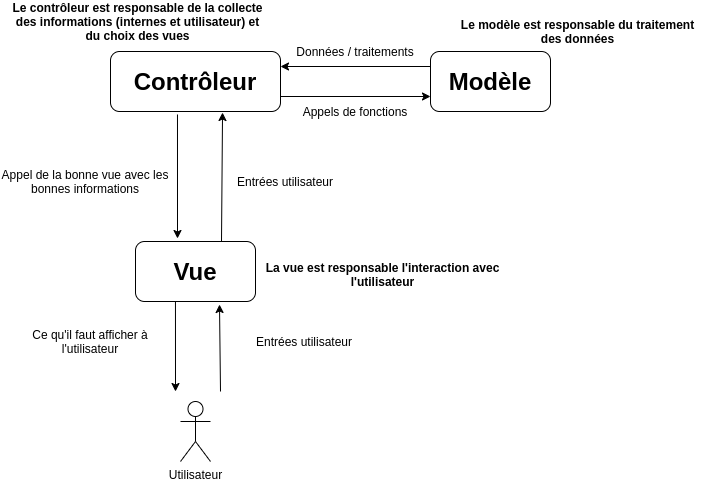
The draw.io diagram MVC.png in PolytechLyon/2020-isi3-mvc-tombefieux, before a commit. Source tidied: cells renumbered, new cells last; positions are measured from the earlier drawing's top-left corner, leaving out a move shared by most shapes.
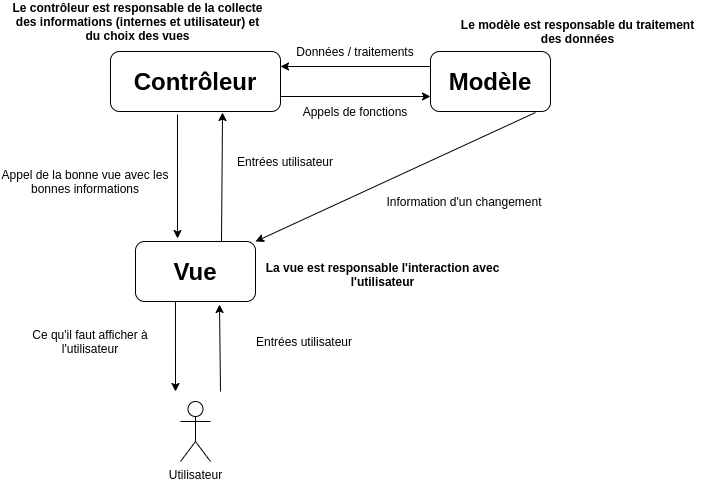
Later version of the same file.

Commit message:
* changing MVC

Diff of the diagram source:
```diff
@@ -51,7 +51,7 @@
       <mxGeometry x="292" y="90" width="126" height="20" as="geometry" />
     </mxCell>
     <mxCell id="16" value="Entrées utilisateur" style="text;html=1;strokeColor=none;fillColor=none;align=center;verticalAlign=middle;whiteSpace=wrap;rounded=0;" parent="1" vertex="1">
-      <mxGeometry x="200" y="160" width="170" height="20" as="geometry" />
+      <mxGeometry x="200" y="140" width="170" height="20" as="geometry" />
     </mxCell>
     <mxCell id="17" value="Appel de la bonne vue avec les bonnes informations" style="text;html=1;strokeColor=none;fillColor=none;align=center;verticalAlign=middle;whiteSpace=wrap;rounded=0;" parent="1" vertex="1">
       <mxGeometry y="160" width="170" height="20" as="geometry" />
@@ -65,5 +65,11 @@
     <mxCell id="20" value="&lt;b&gt;Le modèle est responsable du traitement des données&lt;/b&gt;" style="text;html=1;strokeColor=none;fillColor=none;align=center;verticalAlign=middle;whiteSpace=wrap;rounded=0;" parent="1" vertex="1">
       <mxGeometry x="450" y="10" width="255" height="20" as="geometry" />
     </mxCell>
+    <mxCell id="21" style="endArrow=classic;html=1;entryX=1;entryY=0;entryDx=0;entryDy=0;exitX=0.875;exitY=1.017;exitDx=0;exitDy=0;exitPerimeter=0;" parent="1" edge="1" source="3" target="2">
+      <mxGeometry relative="1" as="geometry" />
+    </mxCell>
+    <mxCell id="22" value="Information d'un changement" style="text;html=1;strokeColor=none;fillColor=none;align=center;verticalAlign=middle;whiteSpace=wrap;rounded=0;" parent="1" vertex="1">
+      <mxGeometry x="304" y="180" width="320" height="20" as="geometry" />
+    </mxCell>
   </root>
 </mxGraphModel>
```
